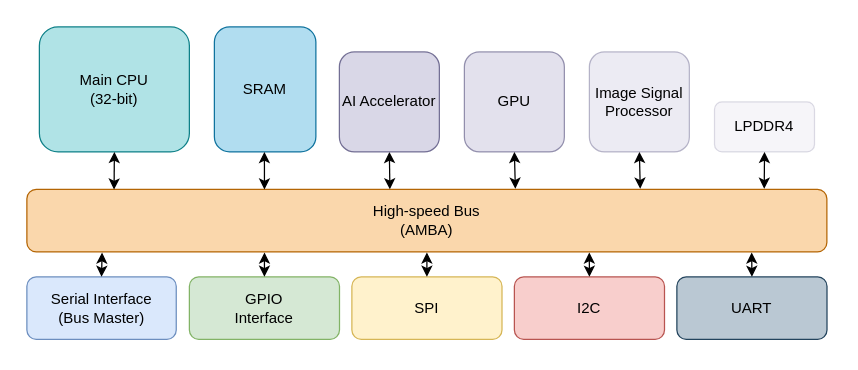
This is soc_gen.drawio from Saacman/soc_gen, a draw.io file, before an edit. Source tidied: cells renumbered, new cells numbered last; positions are measured from the earlier drawing's top-left corner, leaving out a move shared by most shapes. Both pictures are drawn from the tidied source at 125%, with x=0, y=0 at pixel (26, 26).
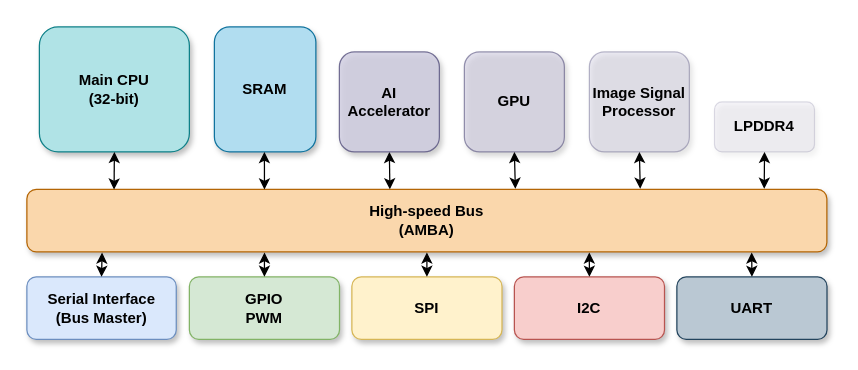
The same page after the edit.

The edit, as a diff of the source:
```diff
@@
-    <mxCell id="2" value="&lt;div&gt;High-speed Bus&lt;/div&gt;&lt;div&gt;(AMBA)&lt;br&gt;&lt;/div&gt;" style="rounded=1;whiteSpace=wrap;html=1;points=[[0.09,0,0,0,0]];fillColor=#fad7ac;strokeColor=#b46504;" parent="1" vertex="1">
+    <mxCell id="2" value="&lt;div&gt;High-speed Bus&lt;/div&gt;&lt;div&gt;(AMBA)&lt;br&gt;&lt;/div&gt;" style="rounded=1;whiteSpace=wrap;html=1;points=[[0.09,0,0,0,0]];fillColor=#fad7ac;strokeColor=#b46504;shadow=1;fontStyle=1;" parent="1" vertex="1">
       <mxGeometry y="130" width="640" height="50" as="geometry" />
     </mxCell>
-    <mxCell id="3" value="&lt;div&gt;Main CPU&lt;/div&gt;&lt;div&gt;(32-bit)&lt;br&gt;&lt;/div&gt;" style="rounded=1;whiteSpace=wrap;html=1;fillColor=#b0e3e6;strokeColor=#0e8088;" parent="1" vertex="1">
+    <mxCell id="3" value="&lt;div&gt;Main CPU&lt;/div&gt;&lt;div&gt;(32-bit)&lt;br&gt;&lt;/div&gt;" style="rounded=1;whiteSpace=wrap;html=1;fillColor=#b0e3e6;strokeColor=#0e8088;shadow=1;fontStyle=1;" parent="1" vertex="1">
       <mxGeometry x="10" width="120" height="100" as="geometry" />
     </mxCell>
-    <mxCell id="4" value="SRAM" style="rounded=1;whiteSpace=wrap;html=1;fillColor=#b1ddf0;strokeColor=#10739e;" parent="1" vertex="1">
+    <mxCell id="4" value="SRAM" style="rounded=1;whiteSpace=wrap;html=1;fillColor=#b1ddf0;strokeColor=#10739e;shadow=1;fontStyle=1;" parent="1" vertex="1">
       <mxGeometry x="150" width="81.2" height="100" as="geometry" />
     </mxCell>
-    <mxCell id="5" value="&lt;div&gt;Serial Interface&lt;/div&gt;&lt;div&gt;(Bus Master)&lt;br&gt;&lt;/div&gt;" style="rounded=1;whiteSpace=wrap;html=1;fillColor=#dae8fc;strokeColor=#6c8ebf;" parent="1" vertex="1">
+    <mxCell id="5" value="&lt;div&gt;Serial Interface&lt;/div&gt;&lt;div&gt;(Bus Master)&lt;br&gt;&lt;/div&gt;" style="rounded=1;whiteSpace=wrap;html=1;fillColor=#dae8fc;strokeColor=#6c8ebf;shadow=1;fontStyle=1;" parent="1" vertex="1">
       <mxGeometry y="200" width="119.5" height="50" as="geometry" />
     </mxCell>
-    <mxCell id="6" value="&lt;div&gt;GPIO&lt;/div&gt;&lt;div&gt;Interface&lt;br&gt;&lt;/div&gt;" style="rounded=1;whiteSpace=wrap;html=1;fillColor=#d5e8d4;strokeColor=#82b366;" parent="1" vertex="1">
+    <mxCell id="6" value="&lt;div&gt;GPIO&lt;/div&gt;&lt;div&gt;PWM&lt;br&gt;&lt;/div&gt;" style="rounded=1;whiteSpace=wrap;html=1;fillColor=#d5e8d4;strokeColor=#82b366;shadow=1;fontStyle=1;" parent="1" vertex="1">
       <mxGeometry x="130" y="200" width="120.1" height="50" as="geometry" />
     </mxCell>
-    <mxCell id="7" value="SPI" style="rounded=1;whiteSpace=wrap;html=1;fillColor=#fff2cc;strokeColor=#d6b656;" parent="1" vertex="1">
+    <mxCell id="7" value="SPI" style="rounded=1;whiteSpace=wrap;html=1;fillColor=#fff2cc;strokeColor=#d6b656;shadow=1;fontStyle=1;" parent="1" vertex="1">
       <mxGeometry x="260" y="200" width="120.1" height="50" as="geometry" />
     </mxCell>
-    <mxCell id="8" style="edgeStyle=orthogonalEdgeStyle;rounded=0;jettySize=auto;html=1;exitX=0.5;exitY=1;exitDx=0;exitDy=0;entryX=0.438;entryY=0;entryDx=0;entryDy=0;entryPerimeter=0;startArrow=classic;startFill=1;" parent="1" edge="1" source="9">
+    <mxCell id="8" style="edgeStyle=orthogonalEdgeStyle;rounded=0;jettySize=auto;html=1;exitX=0.5;exitY=1;exitDx=0;exitDy=0;entryX=0.438;entryY=0;entryDx=0;entryDy=0;entryPerimeter=0;startArrow=classic;startFill=1;fontStyle=1;" parent="1" edge="1" source="9">
       <mxGeometry relative="1" as="geometry">
         <mxPoint x="290.4" y="130" as="targetPoint" />
       </mxGeometry>
     </mxCell>
-    <mxCell id="9" value="AI Accelerator" style="rounded=1;whiteSpace=wrap;html=1;fillColor=#d0cee2;strokeColor=#56517e;opacity=80;" parent="1" vertex="1">
+    <mxCell id="9" value="AI Accelerator" style="rounded=1;whiteSpace=wrap;html=1;fillColor=#d0cee2;strokeColor=#56517e;opacity=80;shadow=1;fontStyle=1;" parent="1" vertex="1">
       <mxGeometry x="250" y="20" width="80" height="80" as="geometry" />
     </mxCell>
-    <mxCell id="10" value="GPU" style="rounded=1;whiteSpace=wrap;html=1;fillColor=#d0cee2;strokeColor=#56517e;opacity=60;" parent="1" vertex="1">
+    <mxCell id="10" value="GPU" style="rounded=1;whiteSpace=wrap;html=1;fillColor=#d0cee2;strokeColor=#56517e;opacity=60;shadow=1;fontStyle=1;" parent="1" vertex="1">
       <mxGeometry x="350" y="20" width="80" height="80" as="geometry" />
     </mxCell>
-    <mxCell id="11" value="I2C" style="rounded=1;whiteSpace=wrap;html=1;fillColor=#f8cecc;strokeColor=#b85450;" parent="1" vertex="1">
+    <mxCell id="11" value="I2C" style="rounded=1;whiteSpace=wrap;html=1;fillColor=#f8cecc;strokeColor=#b85450;shadow=1;fontStyle=1;" parent="1" vertex="1">
       <mxGeometry x="390" y="200" width="120.1" height="50" as="geometry" />
     </mxCell>
-    <mxCell id="12" value="UART" style="rounded=1;whiteSpace=wrap;html=1;fillColor=#bac8d3;strokeColor=#23445d;" parent="1" vertex="1">
+    <mxCell id="12" value="UART" style="rounded=1;whiteSpace=wrap;html=1;fillColor=#bac8d3;strokeColor=#23445d;shadow=1;fontStyle=1;" parent="1" vertex="1">
       <mxGeometry x="520" y="200" width="120.1" height="50" as="geometry" />
     </mxCell>
-    <mxCell id="13" style="edgeStyle=orthogonalEdgeStyle;rounded=0;jettySize=auto;html=1;exitX=0.5;exitY=1;exitDx=0;exitDy=0;entryX=0.109;entryY=0.004;entryDx=0;entryDy=0;entryPerimeter=0;startArrow=classic;startFill=1;" parent="1" edge="1" source="3" target="2">
+    <mxCell id="13" style="edgeStyle=orthogonalEdgeStyle;rounded=0;jettySize=auto;html=1;exitX=0.5;exitY=1;exitDx=0;exitDy=0;entryX=0.109;entryY=0.004;entryDx=0;entryDy=0;entryPerimeter=0;startArrow=classic;startFill=1;fontStyle=1;" parent="1" edge="1" source="3" target="2">
       <mxGeometry relative="1" as="geometry" />
     </mxCell>
-    <mxCell id="14" style="ellipse;whiteSpace=wrap;html=1;" parent="1" vertex="1">
+    <mxCell id="14" style="ellipse;whiteSpace=wrap;html=1;fontStyle=1;" parent="1" vertex="1">
       <mxGeometry x="190" y="130" as="geometry" />
     </mxCell>
-    <mxCell id="15" style="edgeStyle=orthogonalEdgeStyle;rounded=0;jettySize=auto;html=1;entryX=0.297;entryY=0.003;entryDx=0;entryDy=0;entryPerimeter=0;startArrow=classic;startFill=1;" parent="1" edge="1" target="2">
+    <mxCell id="15" style="edgeStyle=orthogonalEdgeStyle;rounded=0;jettySize=auto;html=1;entryX=0.297;entryY=0.003;entryDx=0;entryDy=0;entryPerimeter=0;startArrow=classic;startFill=1;fontStyle=1;" parent="1" edge="1" target="2">
       <mxGeometry relative="1" as="geometry">
         <mxPoint x="190" y="100" as="sourcePoint" />
       </mxGeometry>
     </mxCell>
-    <mxCell id="16" style="edgeStyle=orthogonalEdgeStyle;rounded=0;jettySize=auto;html=1;exitX=0.5;exitY=1;exitDx=0;exitDy=0;entryX=0.595;entryY=-0.009;entryDx=0;entryDy=0;entryPerimeter=0;startArrow=classic;startFill=1;" parent="1" edge="1" source="10">
+    <mxCell id="16" style="edgeStyle=orthogonalEdgeStyle;rounded=0;jettySize=auto;html=1;exitX=0.5;exitY=1;exitDx=0;exitDy=0;entryX=0.595;entryY=-0.009;entryDx=0;entryDy=0;entryPerimeter=0;startArrow=classic;startFill=1;fontStyle=1;" parent="1" edge="1" source="10">
       <mxGeometry relative="1" as="geometry">
         <mxPoint x="390.8" y="129.5" as="targetPoint" />
       </mxGeometry>
     </mxCell>
-    <mxCell id="17" style="edgeStyle=orthogonalEdgeStyle;rounded=0;orthogonalLoop=1;jettySize=auto;html=1;exitX=0.5;exitY=0;exitDx=0;exitDy=0;entryX=0.498;entryY=-0.014;entryDx=0;entryDy=0;entryPerimeter=0;" parent="1" edge="1" source="5" target="5">
+    <mxCell id="17" style="edgeStyle=orthogonalEdgeStyle;rounded=0;orthogonalLoop=1;jettySize=auto;html=1;exitX=0.5;exitY=0;exitDx=0;exitDy=0;entryX=0.498;entryY=-0.014;entryDx=0;entryDy=0;entryPerimeter=0;fontStyle=1;" parent="1" edge="1" source="5" target="5">
       <mxGeometry relative="1" as="geometry" />
     </mxCell>
-    <mxCell id="18" style="edgeStyle=orthogonalEdgeStyle;rounded=0;jettySize=auto;html=1;exitX=0.5;exitY=0;exitDx=0;exitDy=0;entryX=0.094;entryY=1.01;entryDx=0;entryDy=0;entryPerimeter=0;startArrow=classic;startFill=1;" parent="1" edge="1" source="5" target="2">
+    <mxCell id="18" style="edgeStyle=orthogonalEdgeStyle;rounded=0;jettySize=auto;html=1;exitX=0.5;exitY=0;exitDx=0;exitDy=0;entryX=0.094;entryY=1.01;entryDx=0;entryDy=0;entryPerimeter=0;startArrow=classic;startFill=1;fontStyle=1;" parent="1" edge="1" source="5" target="2">
       <mxGeometry relative="1" as="geometry" />
     </mxCell>
-    <mxCell id="19" style="edgeStyle=orthogonalEdgeStyle;rounded=0;jettySize=auto;html=1;exitX=0.5;exitY=0;exitDx=0;exitDy=0;entryX=0.297;entryY=1.01;entryDx=0;entryDy=0;entryPerimeter=0;startArrow=classic;startFill=1;" parent="1" edge="1" source="6" target="2">
+    <mxCell id="19" style="edgeStyle=orthogonalEdgeStyle;rounded=0;jettySize=auto;html=1;exitX=0.5;exitY=0;exitDx=0;exitDy=0;entryX=0.297;entryY=1.01;entryDx=0;entryDy=0;entryPerimeter=0;startArrow=classic;startFill=1;fontStyle=1;" parent="1" edge="1" source="6" target="2">
       <mxGeometry relative="1" as="geometry" />
     </mxCell>
-    <mxCell id="20" style="edgeStyle=orthogonalEdgeStyle;rounded=0;jettySize=auto;html=1;exitX=0.5;exitY=0;exitDx=0;exitDy=0;entryX=0.5;entryY=1.009;entryDx=0;entryDy=0;entryPerimeter=0;startArrow=classic;startFill=1;" parent="1" edge="1" source="7" target="2">
+    <mxCell id="20" style="edgeStyle=orthogonalEdgeStyle;rounded=0;jettySize=auto;html=1;exitX=0.5;exitY=0;exitDx=0;exitDy=0;entryX=0.5;entryY=1.009;entryDx=0;entryDy=0;entryPerimeter=0;startArrow=classic;startFill=1;fontStyle=1;" parent="1" edge="1" source="7" target="2">
       <mxGeometry relative="1" as="geometry" />
     </mxCell>
-    <mxCell id="21" style="edgeStyle=orthogonalEdgeStyle;rounded=0;jettySize=auto;html=1;exitX=0.5;exitY=0;exitDx=0;exitDy=0;entryX=0.703;entryY=1.009;entryDx=0;entryDy=0;entryPerimeter=0;startArrow=classic;startFill=1;" parent="1" edge="1" source="11" target="2">
+    <mxCell id="21" style="edgeStyle=orthogonalEdgeStyle;rounded=0;jettySize=auto;html=1;exitX=0.5;exitY=0;exitDx=0;exitDy=0;entryX=0.703;entryY=1.009;entryDx=0;entryDy=0;entryPerimeter=0;startArrow=classic;startFill=1;fontStyle=1;" parent="1" edge="1" source="11" target="2">
       <mxGeometry relative="1" as="geometry" />
     </mxCell>
-    <mxCell id="22" style="edgeStyle=orthogonalEdgeStyle;rounded=0;jettySize=auto;html=1;exitX=0.5;exitY=0;exitDx=0;exitDy=0;entryX=0.906;entryY=1.009;entryDx=0;entryDy=0;entryPerimeter=0;startArrow=classic;startFill=1;" parent="1" edge="1" source="12" target="2">
+    <mxCell id="22" style="edgeStyle=orthogonalEdgeStyle;rounded=0;jettySize=auto;html=1;exitX=0.5;exitY=0;exitDx=0;exitDy=0;entryX=0.906;entryY=1.009;entryDx=0;entryDy=0;entryPerimeter=0;startArrow=classic;startFill=1;fontStyle=1;" parent="1" edge="1" source="12" target="2">
       <mxGeometry relative="1" as="geometry" />
     </mxCell>
-    <mxCell id="23" value="&lt;div&gt;Image Signal&lt;/div&gt;&lt;div&gt;Processor&lt;br&gt;&lt;/div&gt;" style="rounded=1;whiteSpace=wrap;html=1;fillColor=#d0cee2;strokeColor=#56517e;opacity=40;" parent="1" vertex="1">
+    <mxCell id="23" value="&lt;div&gt;Image Signal&lt;/div&gt;&lt;div&gt;Processor&lt;br&gt;&lt;/div&gt;" style="rounded=1;whiteSpace=wrap;html=1;fillColor=#d0cee2;strokeColor=#56517e;opacity=40;shadow=1;fontStyle=1;" parent="1" vertex="1">
       <mxGeometry x="450" y="20" width="80" height="80" as="geometry" />
     </mxCell>
-    <mxCell id="24" value="LPDDR4" style="rounded=1;whiteSpace=wrap;html=1;fillColor=#d0cee2;strokeColor=#56517e;opacity=20;" parent="1" vertex="1">
+    <mxCell id="24" value="LPDDR4" style="rounded=1;whiteSpace=wrap;html=1;fillColor=#d0cee2;strokeColor=#56517e;opacity=20;shadow=1;fontStyle=1;" parent="1" vertex="1">
       <mxGeometry x="550.1" y="60" width="80" height="40" as="geometry" />
     </mxCell>
-    <mxCell id="25" style="edgeStyle=orthogonalEdgeStyle;rounded=0;jettySize=auto;html=1;exitX=0.5;exitY=1;exitDx=0;exitDy=0;entryX=0.751;entryY=-0.011;entryDx=0;entryDy=0;entryPerimeter=0;startArrow=classic;startFill=1;" parent="1" edge="1" source="23">
+    <mxCell id="25" style="edgeStyle=orthogonalEdgeStyle;rounded=0;jettySize=auto;html=1;exitX=0.5;exitY=1;exitDx=0;exitDy=0;entryX=0.751;entryY=-0.011;entryDx=0;entryDy=0;entryPerimeter=0;startArrow=classic;startFill=1;fontStyle=1;" parent="1" edge="1" source="23">
       <mxGeometry relative="1" as="geometry">
         <mxPoint x="490.7" y="129.5" as="targetPoint" />
       </mxGeometry>
     </mxCell>
-    <mxCell id="26" style="edgeStyle=orthogonalEdgeStyle;rounded=0;jettySize=auto;html=1;exitX=0.5;exitY=1;exitDx=0;exitDy=0;entryX=0.906;entryY=-0.009;entryDx=0;entryDy=0;entryPerimeter=0;startArrow=classic;startFill=1;" parent="1" edge="1" source="24">
+    <mxCell id="26" style="edgeStyle=orthogonalEdgeStyle;rounded=0;jettySize=auto;html=1;exitX=0.5;exitY=1;exitDx=0;exitDy=0;entryX=0.906;entryY=-0.009;entryDx=0;entryDy=0;entryPerimeter=0;startArrow=classic;startFill=1;fontStyle=1;" parent="1" edge="1" source="24">
       <mxGeometry relative="1" as="geometry">
         <mxPoint x="589.9" y="129.5" as="targetPoint" />
       </mxGeometry>
     </mxCell>
```
